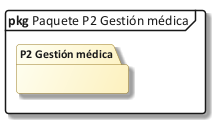
Kato-001/nova-salud keeps this PlantUML diagram as Docs/diagramas/24_paq_p2.png. Above is the earlier version.
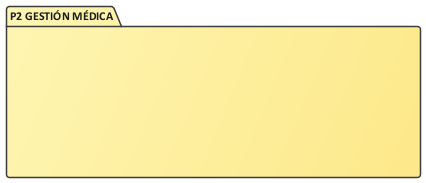
After the change.

Diff of the diagram source:
```diff
@@ -1,7 +1,14 @@
 @startuml 24_paq_p2
 !include C:/Users/Sergio Estaca Paco/Desktop/HeadSalud/Docs/diagramas/estilo_ea.iuml
-mainframe **pkg** Paquete P2 Gestión médica
-skinparam packageStyle folder
-package "P2 Gestión médica" as PK {
+skinparam PackageBackgroundColor #FFF6B3/#FDE98A
+skinparam shadowing false
+package "P2 GESTIÓN MÉDICA" as PK {
+  skinparam rectangle<<oculto>> {
+    BackgroundColor transparent
+    BorderColor transparent
+    StereotypeFontSize 0
+    shadowing false
+  }
+  rectangle "<size:40>                                        </size>\n\n\n" <<oculto>> as X
 }
 @enduml
```
